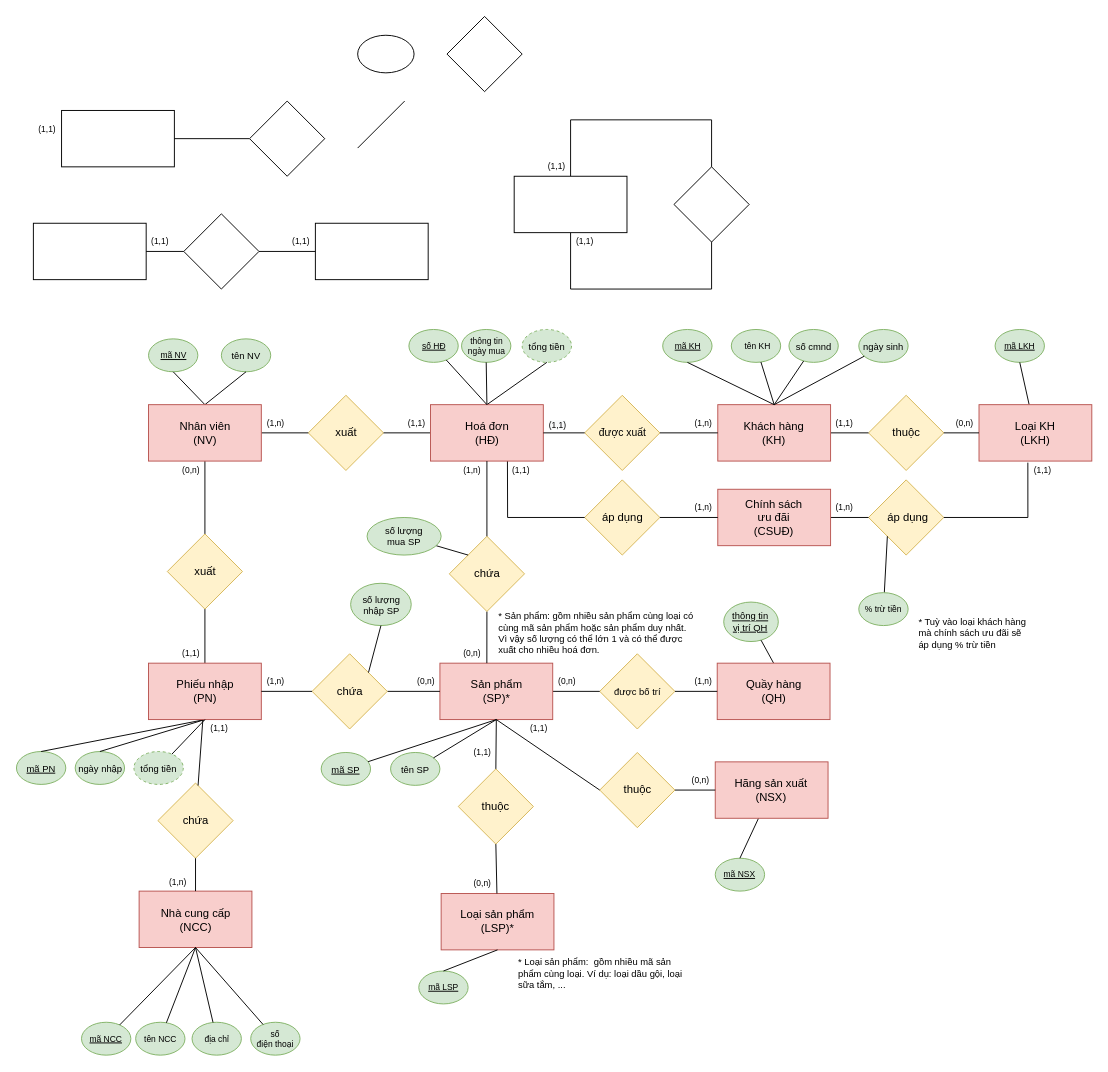
The draw.io diagram EXERCISES/ER Diagram.drawio in andytino/Documents-Database, before the edit. Source tidied: cells renumbered, new cells numbered last; positions are measured from the earlier drawing's top-left corner, leaving out a move shared by most shapes. Both pictures are drawn from the tidied source at 94%, with x=0, y=0 at pixel (16, 16).
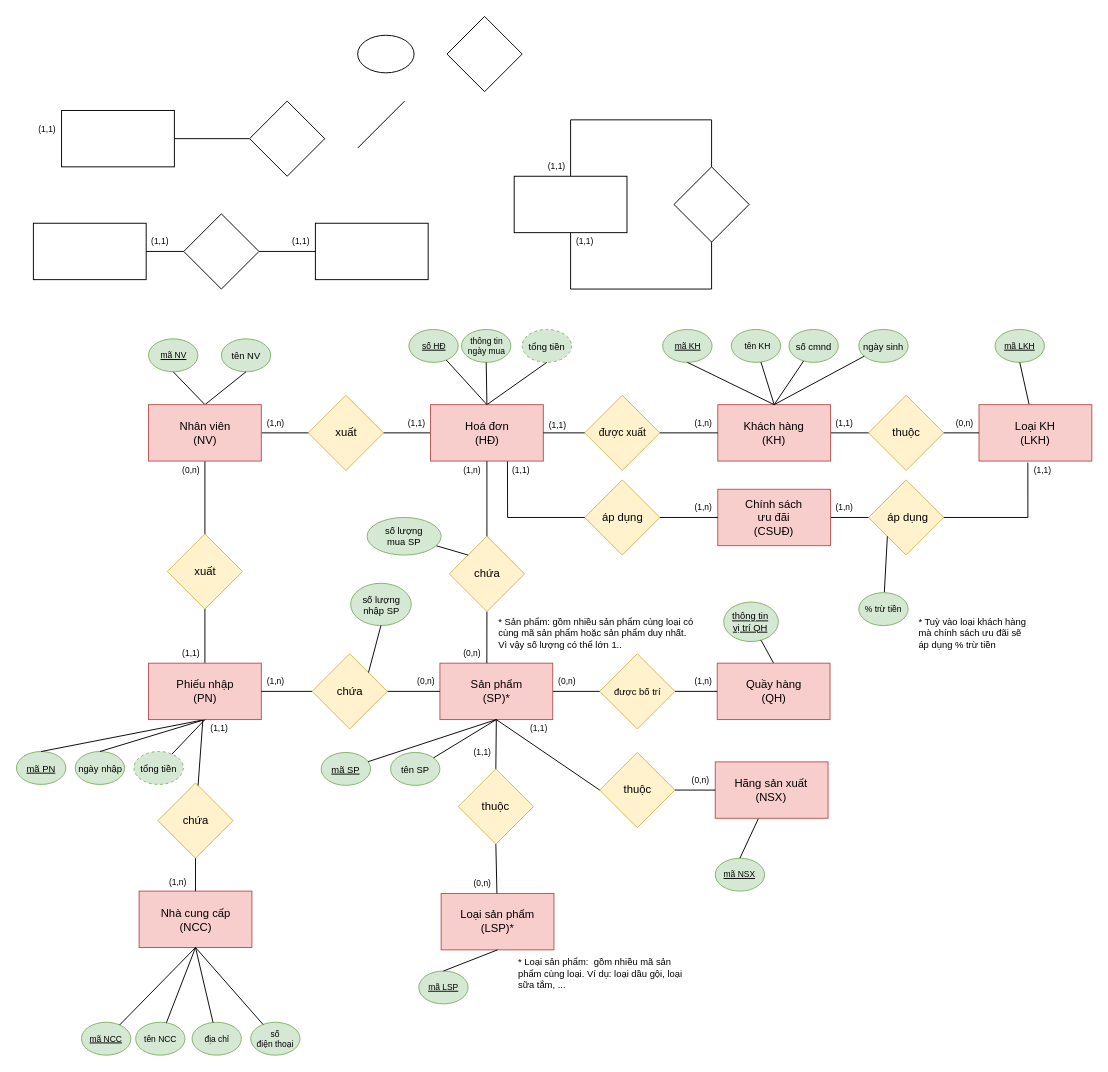
The same page after the edit.

Unchanged cells that the change refers to:
```xml
<mxCell id="28" style="group;" parent="1" vertex="1">
  <mxGeometry y="333" width="1144" height="772" as="geometry" />
</mxCell>
```

Diff of the diagram source:
```diff
@@
-    <mxCell id="151" value="* Sản phẩm: gồm nhiều sản phẩm cùng loại có cùng mã sản phẩm hoặc sản phẩm duy nhất. Vì vậy số lượng có thể lớn 1 và có thể được xuất cho nhiều hoá đơn." style="text;html=1;strokeColor=none;fillColor=none;align=left;verticalAlign=middle;whiteSpace=wrap;rounded=0;dashed=1;fontFamily=Helvetica;fontSize=10;fontColor=default;" parent="28" vertex="1">
+    <mxCell id="151" value="* Sản phẩm: gồm nhiều sản phẩm cùng loại có cùng mã sản phẩm hoặc sản phẩm duy nhất. Vì vậy số lượng có thể lớn 1.." style="text;html=1;strokeColor=none;fillColor=none;align=left;verticalAlign=middle;whiteSpace=wrap;rounded=0;dashed=1;fontFamily=Helvetica;fontSize=10;fontColor=default;" parent="28" vertex="1">
       <mxGeometry x="510.5" y="308" width="210" height="30" as="geometry" />
     </mxCell>
```
